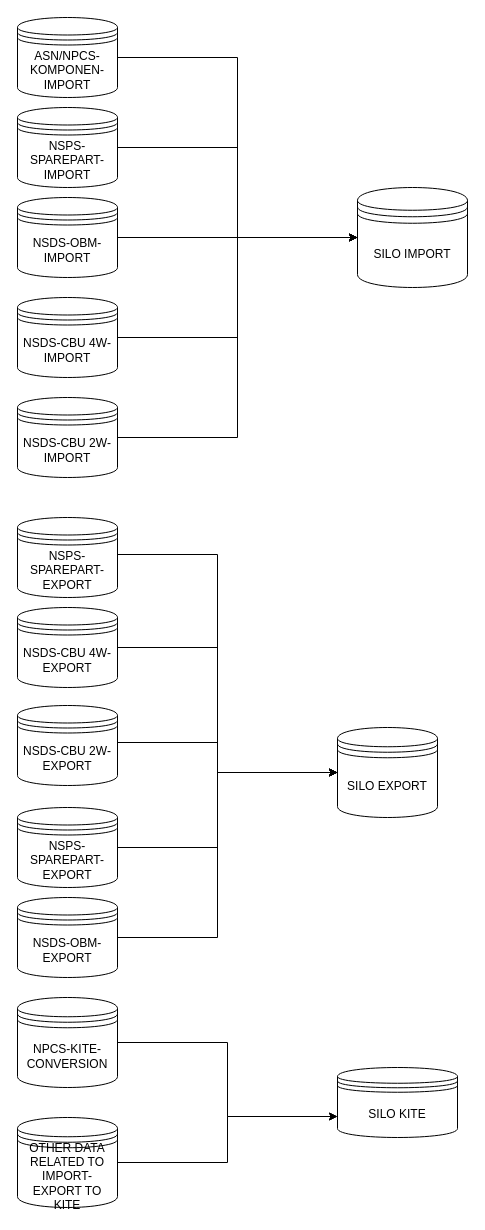
1000pilar/import-system-ii keeps this draw.io diagram as INTERNAL SUZUKI SYSTEM.drawio. Above is the earlier version. Source tidied: cells renumbered, new cells numbered last; positions are measured from the earlier drawing's top-left corner, leaving out a move shared by most shapes. Both pictures are drawn from the tidied source at 100%, with x=0, y=0 at pixel (17, 17).
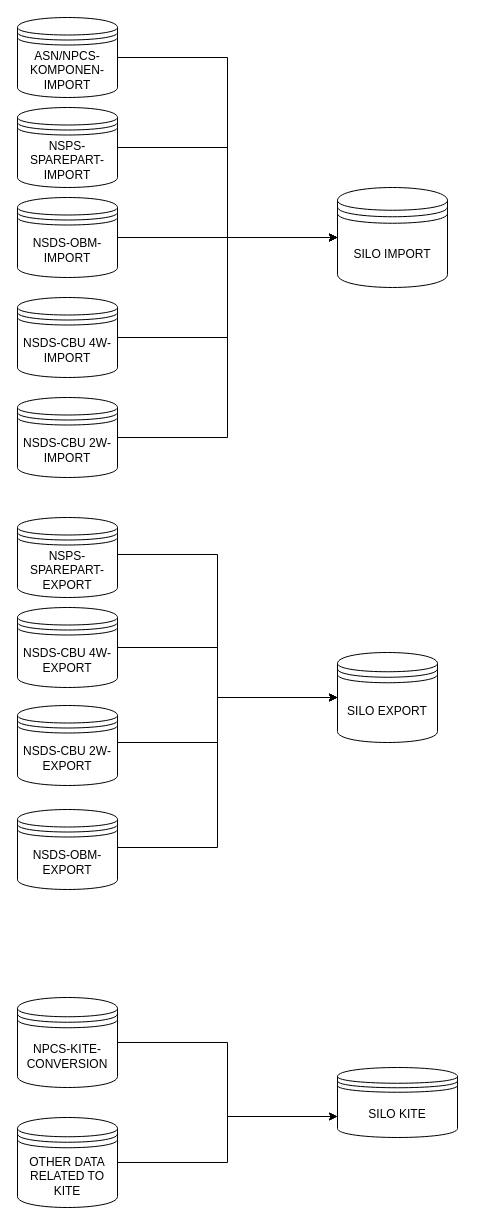
The same page after the edit.

Unchanged cells that the change refers to:
```xml
<mxCell id="11" value="NSDS-CBU 4W-EXPORT" style="shape=datastore;whiteSpace=wrap;html=1;" parent="1" vertex="1">
  <mxGeometry y="590" width="100" height="80" as="geometry" />
</mxCell>
```

Diff of the diagram source:
```diff
@@
-    <mxCell id="3" value="OTHER DATA RELATED TO IMPORT-EXPORT TO KITE" style="shape=datastore;whiteSpace=wrap;html=1;" parent="1" vertex="1">
+    <mxCell id="3" value="OTHER DATA RELATED TO KITE" style="shape=datastore;whiteSpace=wrap;html=1;" parent="1" vertex="1">
       <mxGeometry y="1100" width="100" height="90" as="geometry" />
     </mxCell>
@@
     <mxCell id="6" style="edgeStyle=orthogonalEdgeStyle;rounded=0;jettySize=auto;html=1;exitX=1;exitY=0.5;exitDx=0;exitDy=0;entryX=0;entryY=0.5;entryDx=0;entryDy=0;" parent="1" edge="1" target="27">
       <mxGeometry relative="1" as="geometry">
         <mxPoint x="100" y="725" as="sourcePoint" />
         <Array as="points">
           <mxPoint x="200" y="725" />
-          <mxPoint x="200" y="755" />
+          <mxPoint x="200" y="680" />
+          <mxPoint x="320" y="680" />
         </Array>
       </mxGeometry>
     </mxCell>
@@
     <mxCell id="10" style="edgeStyle=orthogonalEdgeStyle;rounded=0;jettySize=auto;html=1;exitX=1;exitY=0.5;exitDx=0;exitDy=0;entryX=0;entryY=0.5;entryDx=0;entryDy=0;" parent="1" edge="1" source="11" target="27">
       <mxGeometry relative="1" as="geometry">
         <Array as="points">
           <mxPoint x="200" y="630" />
-          <mxPoint x="200" y="755" />
+          <mxPoint x="200" y="680" />
+          <mxPoint x="320" y="680" />
         </Array>
       </mxGeometry>
     </mxCell>
@@
     <mxCell id="14" style="edgeStyle=orthogonalEdgeStyle;rounded=0;jettySize=auto;html=1;exitX=1;exitY=0.5;exitDx=0;exitDy=0;entryX=0;entryY=0.5;entryDx=0;entryDy=0;" parent="1" edge="1" target="27">
       <mxGeometry relative="1" as="geometry">
         <mxPoint x="100" y="537" as="sourcePoint" />
         <Array as="points">
           <mxPoint x="200" y="537" />
-          <mxPoint x="200" y="755" />
+          <mxPoint x="200" y="680" />
+          <mxPoint x="320" y="680" />
         </Array>
       </mxGeometry>
     </mxCell>
@@
     <mxCell id="16" style="edgeStyle=orthogonalEdgeStyle;rounded=0;jettySize=auto;html=1;exitX=1;exitY=0.5;exitDx=0;exitDy=0;entryX=0;entryY=0.5;entryDx=0;entryDy=0;" parent="1" edge="1" source="17" target="27">
       <mxGeometry relative="1" as="geometry">
         <Array as="points">
-          <mxPoint x="200" y="920" />
-          <mxPoint x="200" y="755" />
+          <mxPoint x="100" y="830" />
+          <mxPoint x="200" y="830" />
+          <mxPoint x="200" y="680" />
         </Array>
       </mxGeometry>
     </mxCell>
     <mxCell id="17" value="NSDS-OBM-EXPORT" style="shape=datastore;whiteSpace=wrap;html=1;" parent="1" vertex="1">
-      <mxGeometry y="880" width="100" height="80" as="geometry" />
+      <mxGeometry y="792" width="100" height="80" as="geometry" />
     </mxCell>
-    <mxCell id="18" style="edgeStyle=orthogonalEdgeStyle;rounded=0;jettySize=auto;html=1;exitX=1;exitY=0.5;exitDx=0;exitDy=0;entryX=0;entryY=0.5;entryDx=0;entryDy=0;" parent="1" edge="1" source="19" target="27">
-      <mxGeometry relative="1" as="geometry">
-        <Array as="points">
-          <mxPoint x="200" y="830" />
-          <mxPoint x="200" y="755" />
-        </Array>
-      </mxGeometry>
-    </mxCell>
-    <mxCell id="19" value="NSPS-SPAREPART-EXPORT" style="shape=datastore;whiteSpace=wrap;html=1;" parent="1" vertex="1">
-      <mxGeometry y="790" width="100" height="80" as="geometry" />
-    </mxCell>
@@
     <mxCell id="26" value="SILO IMPORT" style="shape=datastore;whiteSpace=wrap;html=1;" parent="1" vertex="1">
-      <mxGeometry x="340" y="170" width="110" height="100" as="geometry" />
+      <mxGeometry x="320" y="170" width="110" height="100" as="geometry" />
     </mxCell>
     <mxCell id="27" value="SILO EXPORT" style="shape=datastore;whiteSpace=wrap;html=1;" parent="1" vertex="1">
-      <mxGeometry x="320" y="710" width="100" height="90" as="geometry" />
+      <mxGeometry x="320" y="635" width="100" height="90" as="geometry" />
     </mxCell>
```
